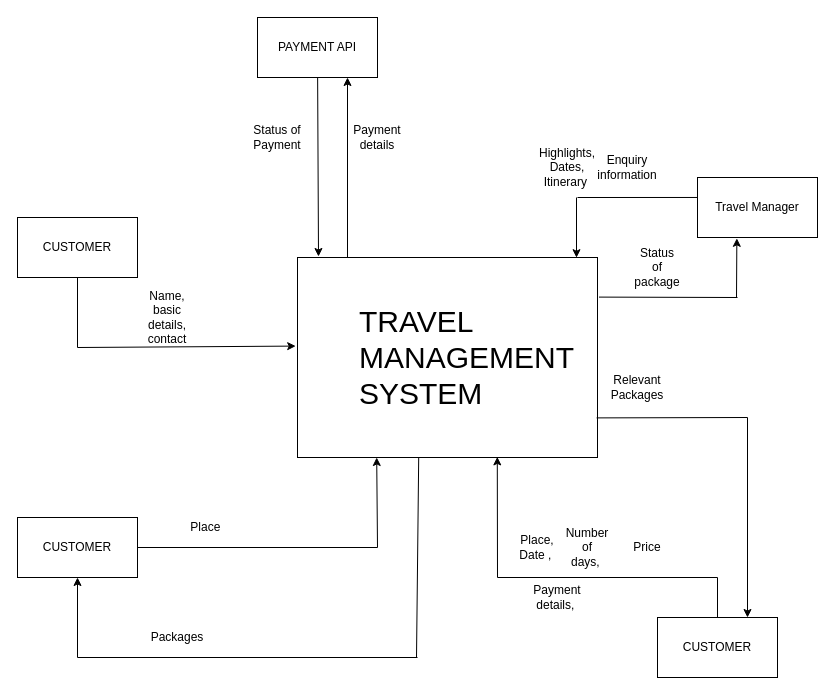
The draw.io diagram Travel Managemet System/DFD.drawio in shreyzo/Travel-Management-System, before the edit. Source tidied: cells renumbered, new cells numbered last; positions are measured from the earlier drawing's top-left corner, leaving out a move shared by most shapes. Both pictures are drawn from the tidied source at 100%, with x=0, y=0 at pixel (17, 17).
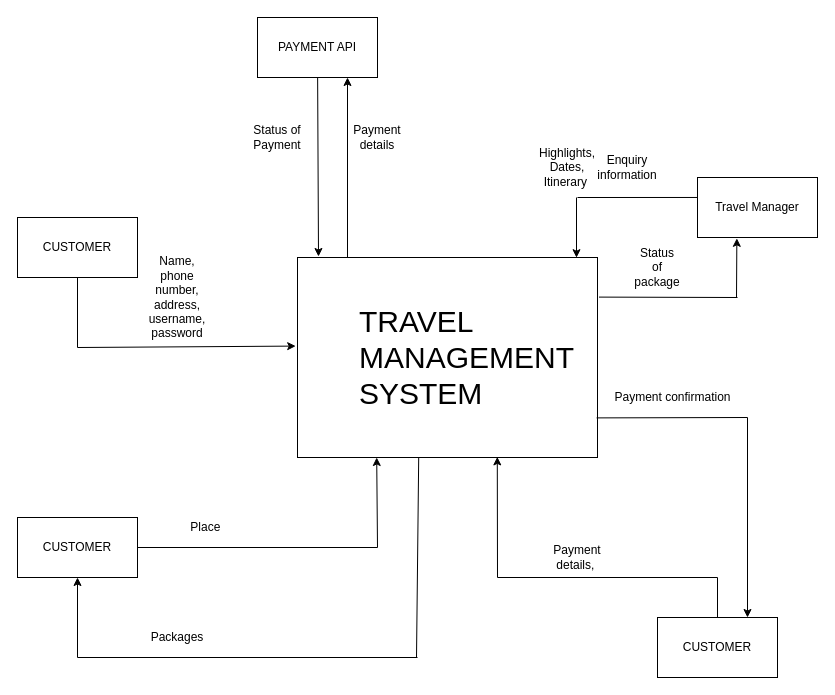
The same page after the edit.

The edit, as a diff of the source:
```diff
@@
-    <mxCell id="7" value="Name, basic details, contact" style="text;html=1;strokeColor=none;fillColor=none;align=center;verticalAlign=middle;whiteSpace=wrap;rounded=0;" parent="1" vertex="1">
-      <mxGeometry x="130" y="290" width="40" height="20" as="geometry" />
+    <mxCell id="7" value="Name, phone number, address, username, password" style="text;html=1;strokeColor=none;fillColor=none;align=center;verticalAlign=middle;whiteSpace=wrap;rounded=0;" parent="1" vertex="1">
+      <mxGeometry x="140" y="270" width="40" height="20" as="geometry" />
     </mxCell>
@@
-    <mxCell id="18" value="Place, Date ,&amp;nbsp;" style="text;html=1;strokeColor=none;fillColor=none;align=center;verticalAlign=middle;whiteSpace=wrap;rounded=0;" parent="1" vertex="1">
-      <mxGeometry x="500" y="520" width="40" height="20" as="geometry" />
-    </mxCell>
-    <mxCell id="19" value="Number of days,&amp;nbsp;" style="text;html=1;strokeColor=none;fillColor=none;align=center;verticalAlign=middle;whiteSpace=wrap;rounded=0;" parent="1" vertex="1">
-      <mxGeometry x="550" y="520" width="40" height="20" as="geometry" />
-    </mxCell>
-    <mxCell id="20" value="Price" style="text;html=1;strokeColor=none;fillColor=none;align=center;verticalAlign=middle;whiteSpace=wrap;rounded=0;" parent="1" vertex="1">
-      <mxGeometry x="610" y="520" width="40" height="20" as="geometry" />
-    </mxCell>
@@
-    <mxCell id="25" value="Relevant Packages" style="text;html=1;strokeColor=none;fillColor=none;align=center;verticalAlign=middle;whiteSpace=wrap;rounded=0;" parent="1" vertex="1">
-      <mxGeometry x="600" y="360" width="40" height="20" as="geometry" />
-    </mxCell>
@@
     <mxCell id="39" value="Payment details,&amp;nbsp;" style="text;html=1;strokeColor=none;fillColor=none;align=center;verticalAlign=middle;whiteSpace=wrap;rounded=0;" parent="1" vertex="1">
-      <mxGeometry x="520" y="570" width="40" height="20" as="geometry" />
+      <mxGeometry x="540" y="530" width="40" height="20" as="geometry" />
     </mxCell>
+    <mxCell id="40" value="Payment confirmation" style="text;html=1;align=center;verticalAlign=middle;" parent="1" vertex="1">
+      <mxGeometry x="590" y="370" width="130" height="20" as="geometry" />
+    </mxCell>
```
